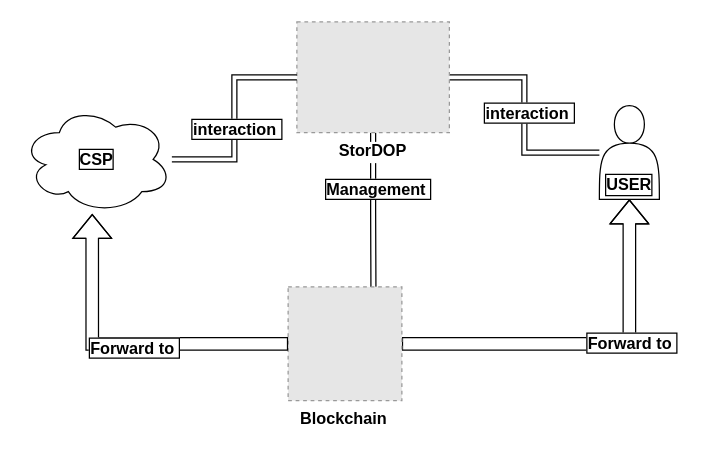
This is Untitled Diagram.drawio from Mohadi3O/Androidstudio, a draw.io file, before an edit. Source tidied: cells renumbered, new cells numbered last; positions are measured from the earlier drawing's top-left corner, leaving out a move shared by most shapes. Both pictures are drawn from the tidied source at 125%, with x=0, y=0 at pixel (21, 21). Pictures stored in the file or linked from it are replaced by grey dashed boxes.
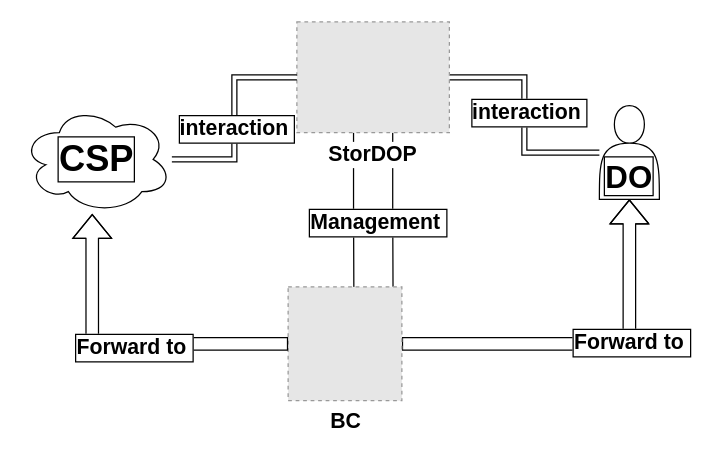
After the change.

Diff of the diagram source:
```diff
@@
 <mxGraphModel>
   <root>
     <mxCell id="0" />
     <mxCell id="1" parent="0" />
-    <mxCell id="2" style="edgeStyle=orthogonalEdgeStyle;rounded=0;jettySize=auto;html=1;shape=link;fontStyle=1;labelBorderColor=default;fontSize=13;" parent="1" edge="1" source="4" target="7">
+    <mxCell id="2" style="edgeStyle=orthogonalEdgeStyle;rounded=0;jettySize=auto;html=1;shape=link;fontStyle=1;labelBorderColor=default;fontSize=17;" parent="1" edge="1" source="4" target="7">
       <mxGeometry relative="1" as="geometry" />
     </mxCell>
-    <mxCell id="3" value="interaction&amp;nbsp;" style="edgeLabel;html=1;align=center;verticalAlign=middle;fontStyle=1;labelBorderColor=default;fontSize=13;" parent="2" vertex="1">
+    <mxCell id="3" value="interaction&amp;nbsp;" style="edgeLabel;html=1;align=center;verticalAlign=middle;fontStyle=1;labelBorderColor=default;fontSize=17;" parent="2" vertex="1">
       <mxGeometry x="0.02" y="-3" relative="1" as="geometry" />
     </mxCell>
-    <mxCell id="4" value="USER" style="shape=actor;whiteSpace=wrap;html=1;verticalAlign=bottom;fontStyle=1;fontColor=#000000;labelBorderColor=default;fontSize=13;" parent="1" vertex="1">
+    <mxCell id="4" value="DO" style="shape=actor;whiteSpace=wrap;html=1;verticalAlign=bottom;fontStyle=1;fontColor=#000000;labelBorderColor=default;fontSize=25;" parent="1" vertex="1">
       <mxGeometry x="462" y="67" width="48" height="75" as="geometry" />
     </mxCell>
-    <mxCell id="5" style="edgeStyle=orthogonalEdgeStyle;rounded=0;jettySize=auto;html=1;entryX=0.75;entryY=0;entryDx=0;entryDy=0;shape=link;fontStyle=1;labelBorderColor=default;fontSize=13;" parent="1" edge="1" source="7" target="13">
+    <mxCell id="5" style="edgeStyle=orthogonalEdgeStyle;rounded=0;jettySize=auto;html=1;entryX=0.75;entryY=0;entryDx=0;entryDy=0;shape=link;fontStyle=1;labelBorderColor=default;fontSize=17;width=31.333333333333336;" parent="1" edge="1" source="7" target="13">
       <mxGeometry relative="1" as="geometry" />
     </mxCell>
-    <mxCell id="6" value="Management&amp;nbsp;" style="edgeLabel;html=1;align=center;verticalAlign=middle;fontStyle=1;labelBorderColor=default;fontSize=13;" parent="5" vertex="1">
-      <mxGeometry x="-0.27" y="3" relative="1" as="geometry" />
+    <mxCell id="6" value="Management&amp;nbsp;" style="edgeLabel;html=1;align=center;verticalAlign=middle;fontStyle=1;labelBorderColor=default;fontSize=17;" parent="5" vertex="1">
+      <mxGeometry x="-0.27" y="3" relative="1" as="geometry">
+        <mxPoint y="27" as="offset" />
+      </mxGeometry>
     </mxCell>
-    <mxCell id="7" value="StorDOP" style="fillColor=#E6E6E6;strokeColor=#999999;dashed=1;verticalLabelPosition=bottom;labelBackgroundColor=default;verticalAlign=top;fontStyle=1;fontSize=13;" parent="1" vertex="1">
+    <mxCell id="7" value="StorDOP" style="fillColor=#E6E6E6;strokeColor=#999999;dashed=1;verticalLabelPosition=bottom;labelBackgroundColor=default;verticalAlign=top;fontStyle=1;fontSize=17;" parent="1" vertex="1">
       <mxGeometry x="220" width="122" height="88.6" as="geometry" />
     </mxCell>
-    <mxCell id="8" style="edgeStyle=orthogonalEdgeStyle;rounded=0;jettySize=auto;html=1;shape=link;fontStyle=1;labelBorderColor=default;fontSize=13;" parent="1" edge="1" source="10" target="7">
+    <mxCell id="8" style="edgeStyle=orthogonalEdgeStyle;rounded=0;jettySize=auto;html=1;shape=link;fontStyle=1;labelBorderColor=default;fontSize=17;" parent="1" edge="1" source="10" target="7">
       <mxGeometry relative="1" as="geometry" />
     </mxCell>
-    <mxCell id="9" value="interaction&amp;nbsp;" style="edgeLabel;html=1;align=center;verticalAlign=middle;fontStyle=1;labelBorderColor=default;fontSize=13;" parent="8" vertex="1">
+    <mxCell id="9" value="interaction&amp;nbsp;" style="edgeLabel;html=1;align=center;verticalAlign=middle;fontStyle=1;labelBorderColor=default;fontSize=17;" parent="8" vertex="1">
       <mxGeometry x="-0.1" y="-1" relative="1" as="geometry" />
     </mxCell>
-    <mxCell id="10" value="CSP" style="ellipse;shape=cloud;whiteSpace=wrap;html=1;fontStyle=1;horizontal=1;fontSize=13;labelBorderColor=default;" parent="1" vertex="1">
+    <mxCell id="10" value="CSP" style="ellipse;shape=cloud;whiteSpace=wrap;html=1;fontStyle=1;horizontal=1;fontSize=29;labelBorderColor=default;" parent="1" vertex="1">
       <mxGeometry y="67" width="120" height="86" as="geometry" />
     </mxCell>
-    <mxCell id="11" style="edgeStyle=orthogonalEdgeStyle;rounded=0;jettySize=auto;html=1;entryX=0.5;entryY=1;entryDx=0;entryDy=0;shape=flexArrow;fontStyle=1;labelBorderColor=default;fontSize=13;" parent="1" edge="1" source="13" target="4">
+    <mxCell id="11" style="edgeStyle=orthogonalEdgeStyle;rounded=0;jettySize=auto;html=1;entryX=0.5;entryY=1;entryDx=0;entryDy=0;shape=flexArrow;fontStyle=1;labelBorderColor=default;fontSize=17;" parent="1" edge="1" source="13" target="4">
       <mxGeometry relative="1" as="geometry" />
     </mxCell>
-    <mxCell id="12" value="Forward to&amp;nbsp;" style="edgeLabel;html=1;align=center;verticalAlign=middle;fontStyle=1;labelBorderColor=default;fontSize=13;" parent="11" vertex="1">
+    <mxCell id="12" value="Forward to&amp;nbsp;" style="edgeLabel;html=1;align=center;verticalAlign=middle;fontStyle=1;labelBorderColor=default;fontSize=17;" parent="11" vertex="1">
       <mxGeometry x="0.23" y="-1" relative="1" as="geometry" />
     </mxCell>
-    <mxCell id="13" value="Blockchain&amp;nbsp;" style="fillColor=#E6E6E6;strokeColor=#999999;dashed=1;html=1;verticalAlign=top;verticalLabelPosition=bottom;labelBackgroundColor=#ffffff;fontStyle=1;fontSize=13;" parent="1" vertex="1">
+    <mxCell id="13" value="BC" style="fillColor=#E6E6E6;strokeColor=#999999;dashed=1;html=1;verticalAlign=top;verticalLabelPosition=bottom;labelBackgroundColor=#ffffff;fontStyle=1;fontSize=17;" parent="1" vertex="1">
       <mxGeometry x="213" y="212" width="91" height="91" as="geometry" />
     </mxCell>
-    <mxCell id="14" style="edgeStyle=orthogonalEdgeStyle;rounded=0;jettySize=auto;html=1;entryX=0.469;entryY=1.008;entryDx=0;entryDy=0;entryPerimeter=0;shape=flexArrow;fontStyle=1;labelBorderColor=default;fontSize=13;" parent="1" edge="1" source="13" target="10">
+    <mxCell id="14" style="edgeStyle=orthogonalEdgeStyle;rounded=0;jettySize=auto;html=1;entryX=0.469;entryY=1.008;entryDx=0;entryDy=0;entryPerimeter=0;shape=flexArrow;fontStyle=1;labelBorderColor=default;fontSize=17;" parent="1" edge="1" source="13" target="10">
       <mxGeometry relative="1" as="geometry" />
     </mxCell>
-    <mxCell id="15" value="Forward to&amp;nbsp;" style="edgeLabel;html=1;align=center;verticalAlign=middle;fontStyle=1;labelBorderColor=default;fontSize=13;" parent="14" vertex="1">
+    <mxCell id="15" value="Forward to&amp;nbsp;" style="edgeLabel;html=1;align=center;verticalAlign=middle;fontStyle=1;labelBorderColor=default;fontSize=17;" parent="14" vertex="1">
       <mxGeometry x="-0.05" y="3" relative="1" as="geometry" />
     </mxCell>
   </root>
 </mxGraphModel>
```
